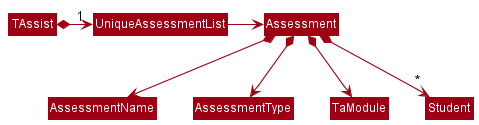
The PlantUML diagram docs/images/BetterModelAssessmentClassDiagram.png in nus-cs2103-AY2122S2/tp, before a commit.
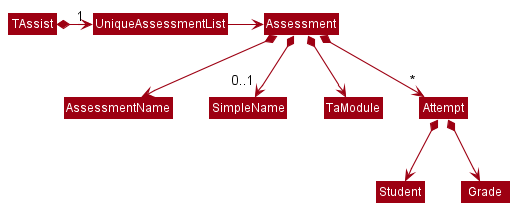
Above is the later version.

Commit message:
Update assessment class diagram

The edit, as a diff of the source:
```diff
@@ -8,7 +8,10 @@
 UniqueAssessmentList -right-> Assessment
 
 Assessment *--> AssessmentName
-Assessment *--> AssessmentType
+Assessment *--> "0..1" SimpleName
 Assessment *--> TaModule
-Assessment *--> "~*" Student
+Assessment *--> "~*" Attempt
+
+Attempt *--> Student
+Attempt *--> Grade
 @enduml
```
